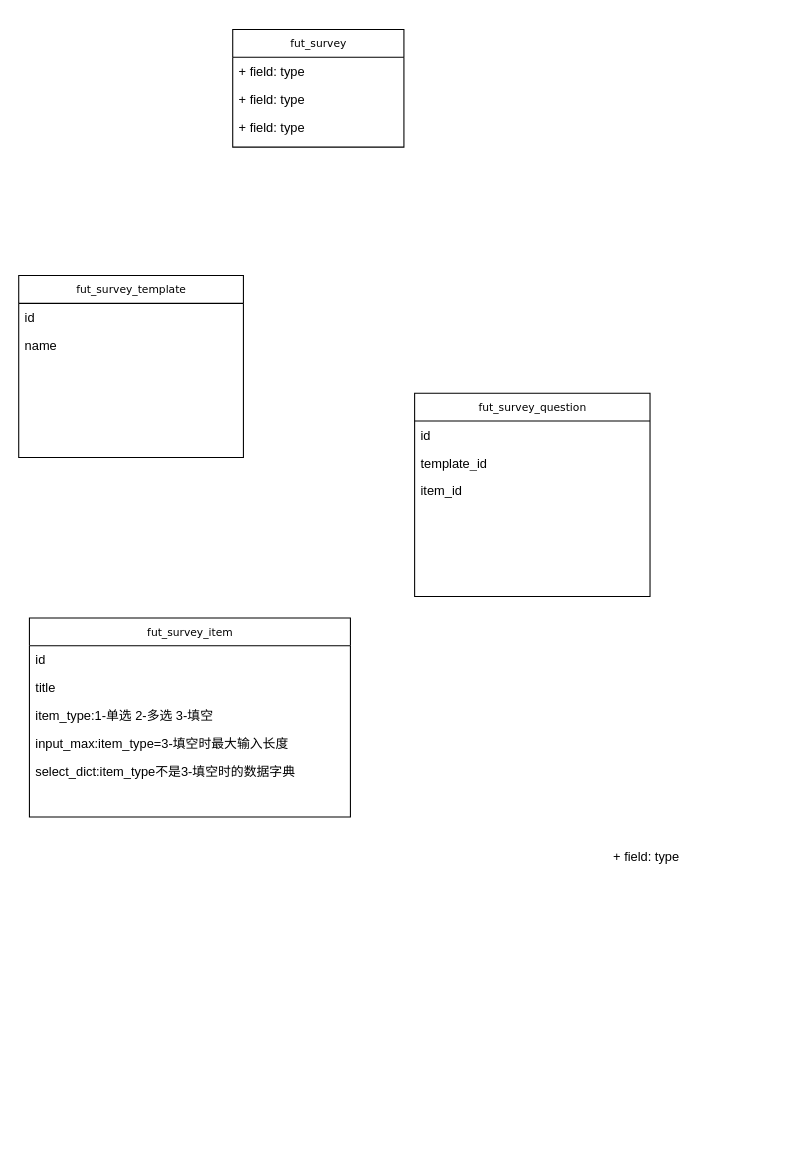
Earlier version of the draw.io diagram 投顾尽调管理.drawio (shlei512/fundSys). Source tidied: cells renumbered, new cells numbered last; positions are measured from the earlier drawing's top-left corner, leaving out a move shared by most shapes. Both pictures are drawn from the tidied source at 107%, with x=0, y=0 at pixel (18, 29).
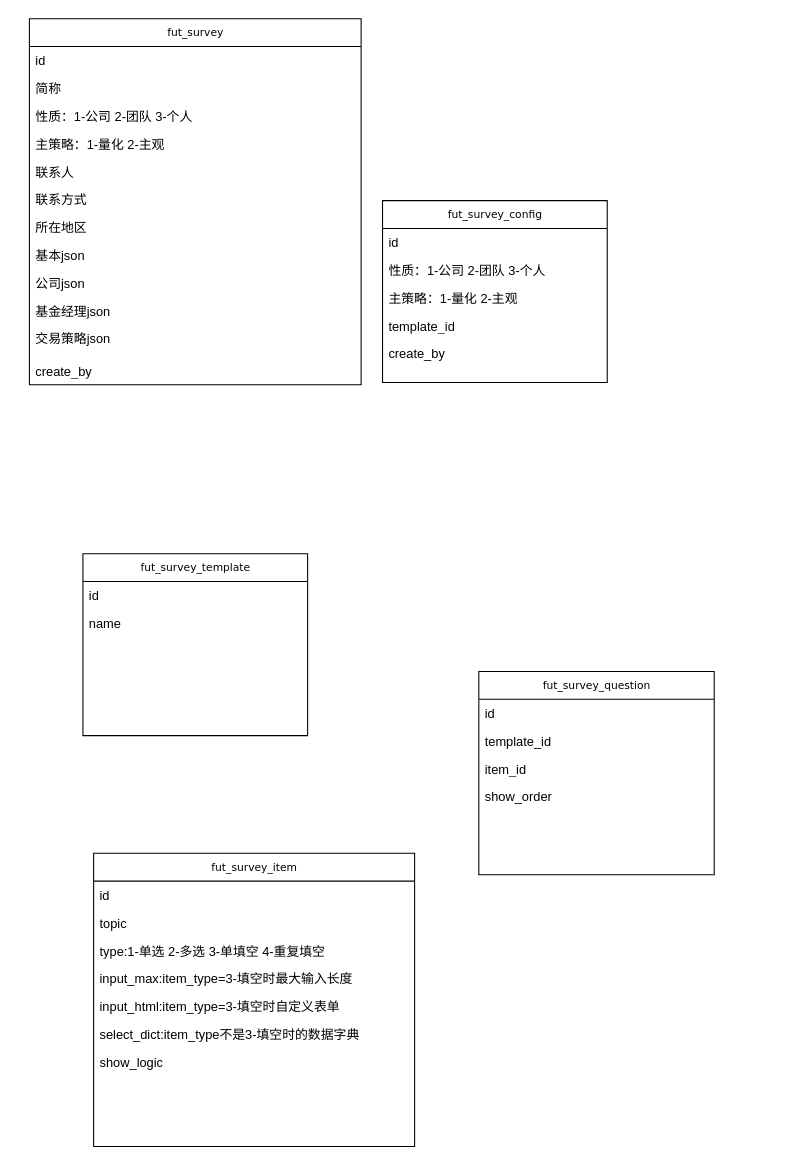
The same page after the edit.

Commit message:
更新投顾尽调管理.drawio

What changed in the source:
```diff
@@
     <mxCell id="2" value="fut_survey_item" style="swimlane;html=1;fontStyle=0;horizontal=1;startSize=26;fillColor=none;swimlaneFillColor=#ffffff;rounded=0;shadow=0;comic=0;labelBackgroundColor=none;strokeWidth=1;fontFamily=Verdana;fontSize=10;align=center;" parent="1" vertex="1">
-      <mxGeometry x="10" y="550" width="300" height="186" as="geometry" />
+      <mxGeometry x="70" y="770" width="300" height="274" as="geometry" />
     </mxCell>
@@
-    <mxCell id="4" value="title" style="text;html=1;strokeColor=none;fillColor=none;align=left;verticalAlign=top;spacingLeft=4;spacingRight=4;whiteSpace=wrap;overflow=hidden;" parent="2" vertex="1">
+    <mxCell id="4" value="topic" style="text;html=1;strokeColor=none;fillColor=none;align=left;verticalAlign=top;spacingLeft=4;spacingRight=4;whiteSpace=wrap;overflow=hidden;" parent="2" vertex="1">
       <mxGeometry y="52" width="300" height="26" as="geometry" />
     </mxCell>
-    <mxCell id="5" value="item_type:1-单选 2-多选 3-填空" style="text;html=1;strokeColor=none;fillColor=none;align=left;verticalAlign=top;spacingLeft=4;spacingRight=4;whiteSpace=wrap;overflow=hidden;" parent="2" vertex="1">
+    <mxCell id="5" value="type:1-单选 2-多选 3-单填空 4-重复填空" style="text;html=1;strokeColor=none;fillColor=none;align=left;verticalAlign=top;spacingLeft=4;spacingRight=4;whiteSpace=wrap;overflow=hidden;" parent="2" vertex="1">
       <mxGeometry y="78" width="300" height="26" as="geometry" />
     </mxCell>
@@
+    <mxCell id="20" value="input_html:item_type=3-填空时自定义表单" style="text;html=1;strokeColor=none;fillColor=none;align=left;verticalAlign=top;spacingLeft=4;spacingRight=4;whiteSpace=wrap;overflow=hidden;" parent="2" vertex="1">
+      <mxGeometry y="130" width="300" height="26" as="geometry" />
+    </mxCell>
     <mxCell id="7" value="select_dict:item_type不是3-填空时的数据字典" style="text;html=1;strokeColor=none;fillColor=none;align=left;verticalAlign=top;spacingLeft=4;spacingRight=4;whiteSpace=wrap;overflow=hidden;" parent="2" vertex="1">
-      <mxGeometry y="130" width="300" height="26" as="geometry" />
+      <mxGeometry y="156" width="300" height="26" as="geometry" />
     </mxCell>
+    <mxCell id="21" value="show_logic" style="text;html=1;strokeColor=none;fillColor=none;align=left;verticalAlign=top;spacingLeft=4;spacingRight=4;whiteSpace=wrap;overflow=hidden;" parent="2" vertex="1">
+      <mxGeometry y="182" width="300" height="26" as="geometry" />
+    </mxCell>
     <mxCell id="8" value="fut_survey" style="swimlane;html=1;fontStyle=0;horizontal=1;startSize=26;fillColor=none;swimlaneFillColor=#ffffff;rounded=0;shadow=0;comic=0;labelBackgroundColor=none;strokeWidth=1;fontFamily=Verdana;fontSize=10;align=center;" parent="1" vertex="1">
-      <mxGeometry x="200" width="160" height="110" as="geometry" />
+      <mxGeometry x="10" y="-10" width="310" height="342" as="geometry" />
     </mxCell>
+    <mxCell id="22" value="id" style="text;html=1;strokeColor=none;fillColor=none;align=left;verticalAlign=top;spacingLeft=4;spacingRight=4;whiteSpace=wrap;overflow=hidden;" parent="8" vertex="1">
+      <mxGeometry y="26" width="310" height="26" as="geometry" />
+    </mxCell>
+    <mxCell id="23" value="简称" style="text;html=1;strokeColor=none;fillColor=none;align=left;verticalAlign=top;spacingLeft=4;spacingRight=4;whiteSpace=wrap;overflow=hidden;" parent="8" vertex="1">
+      <mxGeometry y="52" width="310" height="26" as="geometry" />
+    </mxCell>
-    <mxCell id="9" value="+ field: type" style="text;html=1;strokeColor=none;fillColor=none;align=left;verticalAlign=top;spacingLeft=4;spacingRight=4;whiteSpace=wrap;overflow=hidden;" parent="8" vertex="1">
-      <mxGeometry y="26" width="160" height="26" as="geometry" />
+    <mxCell id="9" value="性质：1-公司 2-团队 3-个人" style="text;html=1;strokeColor=none;fillColor=none;align=left;verticalAlign=top;spacingLeft=4;spacingRight=4;whiteSpace=wrap;overflow=hidden;" parent="8" vertex="1">
+      <mxGeometry y="78" width="310" height="26" as="geometry" />
     </mxCell>
-    <mxCell id="10" value="+ field: type" style="text;html=1;strokeColor=none;fillColor=none;align=left;verticalAlign=top;spacingLeft=4;spacingRight=4;whiteSpace=wrap;overflow=hidden;" parent="8" vertex="1">
-      <mxGeometry y="52" width="160" height="26" as="geometry" />
+    <mxCell id="10" value="主策略：1-量化 2-主观" style="text;html=1;strokeColor=none;fillColor=none;align=left;verticalAlign=top;spacingLeft=4;spacingRight=4;whiteSpace=wrap;overflow=hidden;" parent="8" vertex="1">
+      <mxGeometry y="104" width="310" height="26" as="geometry" />
     </mxCell>
-    <mxCell id="11" value="+ field: type" style="text;html=1;strokeColor=none;fillColor=none;align=left;verticalAlign=top;spacingLeft=4;spacingRight=4;whiteSpace=wrap;overflow=hidden;" parent="8" vertex="1">
-      <mxGeometry y="78" width="160" height="26" as="geometry" />
+    <mxCell id="11" value="联系人" style="text;html=1;strokeColor=none;fillColor=none;align=left;verticalAlign=top;spacingLeft=4;spacingRight=4;whiteSpace=wrap;overflow=hidden;" parent="8" vertex="1">
+      <mxGeometry y="130" width="310" height="26" as="geometry" />
     </mxCell>
+    <mxCell id="24" value="联系方式" style="text;html=1;strokeColor=none;fillColor=none;align=left;verticalAlign=top;spacingLeft=4;spacingRight=4;whiteSpace=wrap;overflow=hidden;" parent="8" vertex="1">
+      <mxGeometry y="156" width="310" height="26" as="geometry" />
+    </mxCell>
+    <mxCell id="25" value="所在地区" style="text;html=1;strokeColor=none;fillColor=none;align=left;verticalAlign=top;spacingLeft=4;spacingRight=4;whiteSpace=wrap;overflow=hidden;" parent="8" vertex="1">
+      <mxGeometry y="182" width="310" height="26" as="geometry" />
+    </mxCell>
+    <mxCell id="26" value="基本json" style="text;html=1;strokeColor=none;fillColor=none;align=left;verticalAlign=top;spacingLeft=4;spacingRight=4;whiteSpace=wrap;overflow=hidden;" parent="8" vertex="1">
+      <mxGeometry y="208" width="310" height="26" as="geometry" />
+    </mxCell>
+    <mxCell id="27" value="公司json" style="text;html=1;strokeColor=none;fillColor=none;align=left;verticalAlign=top;spacingLeft=4;spacingRight=4;whiteSpace=wrap;overflow=hidden;" parent="8" vertex="1">
+      <mxGeometry y="234" width="310" height="26" as="geometry" />
+    </mxCell>
+    <mxCell id="28" value="基金经理json" style="text;html=1;strokeColor=none;fillColor=none;align=left;verticalAlign=top;spacingLeft=4;spacingRight=4;whiteSpace=wrap;overflow=hidden;" parent="8" vertex="1">
+      <mxGeometry y="260" width="310" height="26" as="geometry" />
+    </mxCell>
+    <mxCell id="29" value="交易策略json" style="text;html=1;strokeColor=none;fillColor=none;align=left;verticalAlign=top;spacingLeft=4;spacingRight=4;whiteSpace=wrap;overflow=hidden;" parent="8" vertex="1">
+      <mxGeometry y="286" width="310" height="30" as="geometry" />
+    </mxCell>
+    <mxCell id="30" value="create_by" style="text;html=1;strokeColor=none;fillColor=none;align=left;verticalAlign=top;spacingLeft=4;spacingRight=4;whiteSpace=wrap;overflow=hidden;" parent="8" vertex="1">
+      <mxGeometry y="316" width="310" height="26" as="geometry" />
+    </mxCell>
     <mxCell id="12" value="fut_survey_template" style="swimlane;html=1;fontStyle=0;horizontal=1;startSize=26;fillColor=none;swimlaneFillColor=#ffffff;rounded=0;shadow=0;comic=0;labelBackgroundColor=none;strokeWidth=1;fontFamily=Verdana;fontSize=10;align=center;" parent="1" vertex="1">
-      <mxGeometry y="230" width="210" height="170" as="geometry" />
+      <mxGeometry x="60" y="490" width="210" height="170" as="geometry" />
     </mxCell>
@@
     <mxCell id="15" value="fut_survey_question" style="swimlane;html=1;fontStyle=0;horizontal=1;startSize=26;fillColor=none;swimlaneFillColor=#ffffff;rounded=0;shadow=0;comic=0;labelBackgroundColor=none;strokeWidth=1;fontFamily=Verdana;fontSize=10;align=center;" parent="1" vertex="1">
-      <mxGeometry x="370" y="340" width="220" height="190" as="geometry" />
+      <mxGeometry x="430" y="600" width="220" height="190" as="geometry" />
     </mxCell>
@@
-    <mxCell id="19" value="+ field: type" style="text;html=1;strokeColor=none;fillColor=none;align=left;verticalAlign=top;spacingLeft=4;spacingRight=4;whiteSpace=wrap;overflow=hidden;" parent="1" vertex="1">
-      <mxGeometry x="550" y="760" width="160" height="26" as="geometry" />
-    </mxCell>
+    <mxCell id="31" value="show_order" style="text;html=1;strokeColor=none;fillColor=none;align=left;verticalAlign=top;spacingLeft=4;spacingRight=4;whiteSpace=wrap;overflow=hidden;" parent="15" vertex="1">
+      <mxGeometry y="104" width="220" height="26" as="geometry" />
+    </mxCell>
+    <mxCell id="32" value="fut_survey_config" style="swimlane;html=1;fontStyle=0;horizontal=1;startSize=26;fillColor=none;swimlaneFillColor=#ffffff;rounded=0;shadow=0;comic=0;labelBackgroundColor=none;strokeWidth=1;fontFamily=Verdana;fontSize=10;align=center;" parent="1" vertex="1">
+      <mxGeometry x="340" y="160" width="210" height="170" as="geometry" />
+    </mxCell>
+    <mxCell id="33" value="id" style="text;html=1;strokeColor=none;fillColor=none;align=left;verticalAlign=top;spacingLeft=4;spacingRight=4;whiteSpace=wrap;overflow=hidden;" parent="32" vertex="1">
+      <mxGeometry y="26" width="210" height="26" as="geometry" />
+    </mxCell>
+    <mxCell id="34" value="性质：1-公司 2-团队 3-个人" style="text;html=1;strokeColor=none;fillColor=none;align=left;verticalAlign=top;spacingLeft=4;spacingRight=4;whiteSpace=wrap;overflow=hidden;" parent="32" vertex="1">
+      <mxGeometry y="52" width="210" height="26" as="geometry" />
+    </mxCell>
+    <mxCell id="35" value="主策略：1-量化 2-主观" style="text;html=1;strokeColor=none;fillColor=none;align=left;verticalAlign=top;spacingLeft=4;spacingRight=4;whiteSpace=wrap;overflow=hidden;" parent="32" vertex="1">
+      <mxGeometry y="78" width="210" height="26" as="geometry" />
+    </mxCell>
+    <mxCell id="36" value="template_id" style="text;html=1;strokeColor=none;fillColor=none;align=left;verticalAlign=top;spacingLeft=4;spacingRight=4;whiteSpace=wrap;overflow=hidden;" parent="32" vertex="1">
+      <mxGeometry y="104" width="210" height="26" as="geometry" />
+    </mxCell>
+    <mxCell id="37" value="create_by" style="text;html=1;strokeColor=none;fillColor=none;align=left;verticalAlign=top;spacingLeft=4;spacingRight=4;whiteSpace=wrap;overflow=hidden;" parent="32" vertex="1">
+      <mxGeometry y="130" width="210" height="26" as="geometry" />
+    </mxCell>
```
